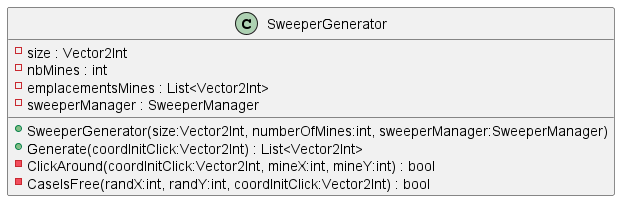
Before: uml-output/SweeperGenerator.png, a diagram exported from PlantUML (Eliaz-LR/3D-Minesweeper).
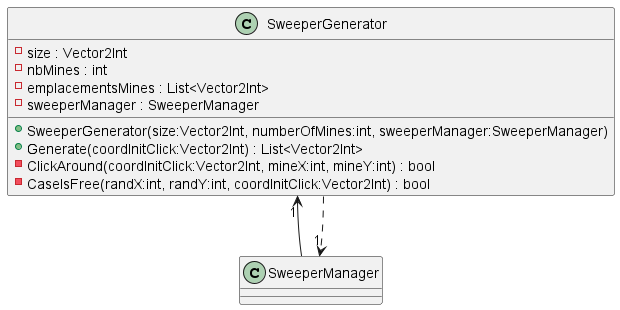
The same file after the commit.

What changed in the source:
```diff
@@ -9,4 +9,6 @@
     - ClickAround(coordInitClick:Vector2Int, mineX:int, mineY:int) : bool
     - CaseIsFree(randX:int, randY:int, coordInitClick:Vector2Int) : bool
 }
+SweeperGenerator "1" <-- SweeperManager
+SweeperGenerator ..> "1" SweeperManager
 @enduml
```
